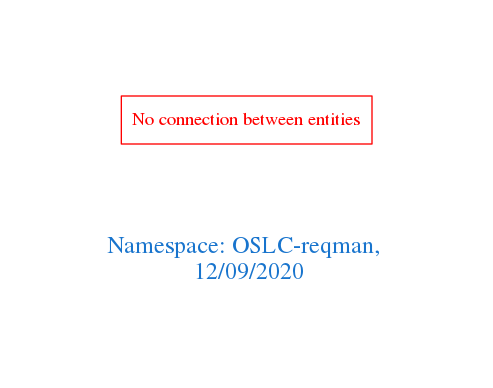
The Graphviz diagram downloads/OSLC-reqman.png in arago/OGIT, before a commit. Its source is kept beside it as downloads/OSLC-reqman.dot.
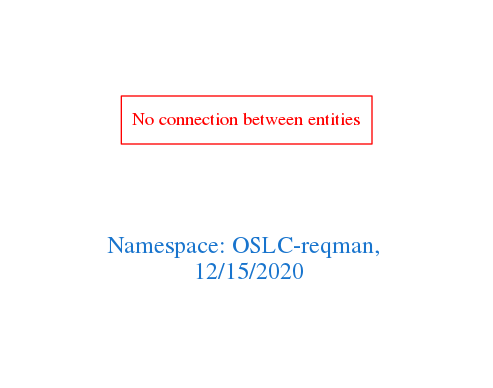
The same diagram one commit later.

What changed in the source:
```diff
@@ -1,7 +1,7 @@
 digraph OGIT_ontology {
  graph [ rankdir= LR,pad=1
 fontsize = 18,
-fontcolor= dodgerblue3,label = "\n\n\nNamespace: OSLC-reqman, \n 12/09/2020"];
+fontcolor= dodgerblue3,label = "\n\n\nNamespace: OSLC-reqman, \n 12/15/2020"];
 node[shape=polygon];
 edge [  color="gray81"];
 
```
